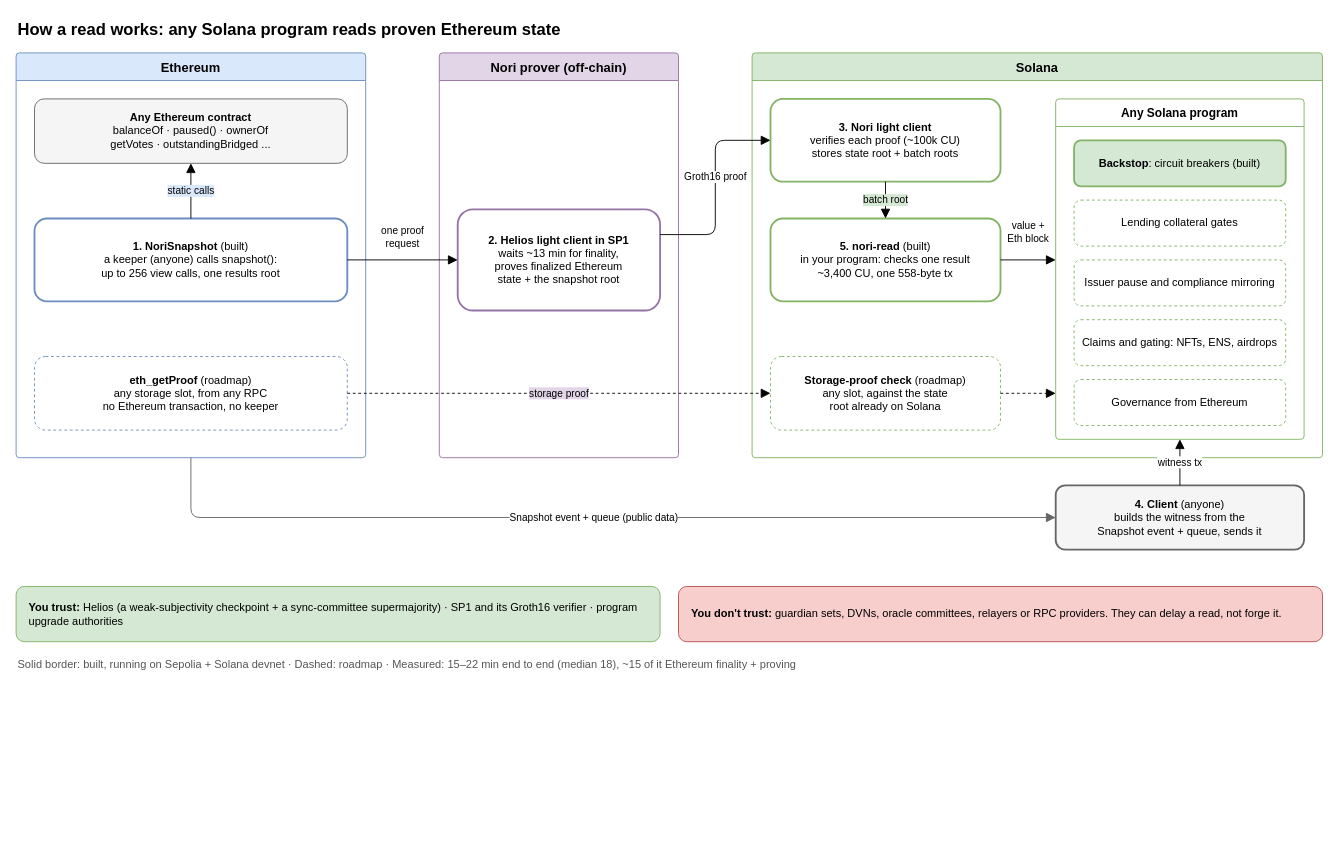
Nori-zk/nori-worldsfair-submission keeps this draw.io diagram as docs/how-it-works.drawio. Above is the earlier version. Source tidied: cells renumbered, new cells numbered last; positions are measured from the earlier drawing's top-left corner, leaving out a move shared by most shapes. Both pictures are drawn from the tidied source at 92%, with x=0, y=0 at pixel (16, 16).
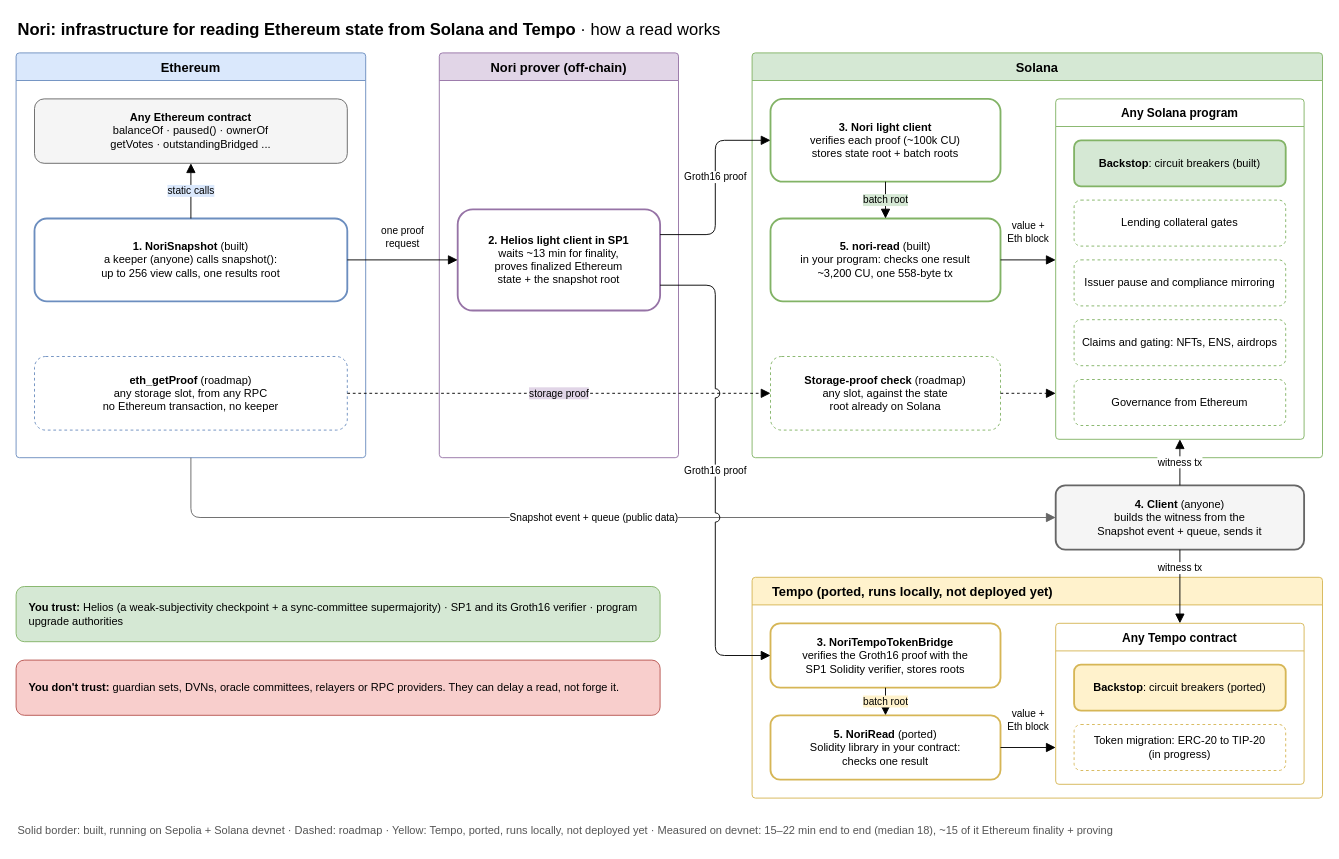
Above is the later version.

The change refers to these unchanged cells:
```xml
<mxCell id="8" value="&lt;b&gt;2. Helios light client in SP1&lt;/b&gt;&lt;br&gt;waits ~13 min for finality,&lt;br&gt;proves finalized Ethereum&lt;br&gt;state + the snapshot root" style="rounded=1;whiteSpace=wrap;html=1;fillColor=#ffffff;strokeColor=#9673a6;strokeWidth=2;" parent="7" vertex="1">
  <mxGeometry x="20" y="170" width="220" height="110" as="geometry" />
</mxCell>
<mxCell id="9" value="Solana" style="swimlane;startSize=30;fillColor=#d5e8d4;strokeColor=#82b366;fontStyle=1;fontSize=14;rounded=1;arcSize=4;" parent="1" vertex="1">
  <mxGeometry x="800" y="40" width="620" height="440" as="geometry" />
</mxCell>
<mxCell id="26" value="&lt;b&gt;4. Client&lt;/b&gt; (anyone)&lt;br&gt;builds the witness from the&lt;br&gt;Snapshot event + queue, sends it" style="rounded=1;whiteSpace=wrap;html=1;fillColor=#f5f5f5;strokeColor=#666666;strokeWidth=2;" parent="1" vertex="1">
  <mxGeometry x="1130" y="510" width="270" height="70" as="geometry" />
</mxCell>
```

Change to the diagram source:
```diff
@@
-    <mxCell id="2" value="&lt;b&gt;How a read works: any Solana program reads proven Ethereum state&lt;/b&gt;" style="text;html=1;align=left;verticalAlign=middle;fontSize=18;" parent="1" vertex="1">
-      <mxGeometry width="900" height="30" as="geometry" />
+    <mxCell id="2" value="&lt;b&gt;Nori: infrastructure for reading Ethereum state from Solana and Tempo&lt;/b&gt; · how a read works" style="text;html=1;align=left;verticalAlign=middle;fontSize=18;" parent="1" vertex="1">
+      <mxGeometry width="1420" height="30" as="geometry" />
     </mxCell>
@@
-    <mxCell id="11" value="&lt;b&gt;5. nori-read&lt;/b&gt; (built)&lt;br&gt;in your program: checks one result&lt;br&gt;~3,400 CU, one 558-byte tx" style="rounded=1;whiteSpace=wrap;html=1;fillColor=#ffffff;strokeColor=#82b366;strokeWidth=2;" parent="9" vertex="1">
+    <mxCell id="11" value="&lt;b&gt;5. nori-read&lt;/b&gt; (built)&lt;br&gt;in your program: checks one result&lt;br&gt;~3,200 CU, one 558-byte tx" style="rounded=1;whiteSpace=wrap;html=1;fillColor=#ffffff;strokeColor=#82b366;strokeWidth=2;" parent="9" vertex="1">
       <mxGeometry x="20" y="180" width="250" height="90" as="geometry" />
     </mxCell>
@@
     <mxCell id="30" value="&lt;b&gt;You don't trust:&lt;/b&gt; guardian sets, DVNs, oracle committees, relayers or RPC providers. They can delay a read, not forge it." style="rounded=1;whiteSpace=wrap;html=1;fillColor=#f8cecc;strokeColor=#b85450;align=left;spacingLeft=12;spacingRight=12;" parent="1" vertex="1">
-      <mxGeometry x="720" y="620" width="700" height="60" as="geometry" />
+      <mxGeometry y="700" width="700" height="60" as="geometry" />
     </mxCell>
-    <mxCell id="31" value="Solid border: built, running on Sepolia + Solana devnet · Dashed: roadmap · Measured: 15–22 min end to end (median 18), ~15 of it Ethereum finality + proving" style="text;html=1;align=left;verticalAlign=middle;fontSize=12;fontColor=#555555;" parent="1" vertex="1">
-      <mxGeometry y="690" width="1420" height="30" as="geometry" />
+    <mxCell id="31" value="Solid border: built, running on Sepolia + Solana devnet · Dashed: roadmap · Yellow: Tempo, ported, runs locally, not deployed yet · Measured on devnet: 15–22 min end to end (median 18), ~15 of it Ethereum finality + proving" style="text;html=1;align=left;verticalAlign=middle;fontSize=12;fontColor=#555555;" parent="1" vertex="1">
+      <mxGeometry y="870" width="1420" height="30" as="geometry" />
     </mxCell>
+    <mxCell id="32" value="Tempo (ported, runs locally, not deployed yet)" style="swimlane;startSize=30;align=left;spacingLeft=20;fillColor=#fff2cc;strokeColor=#d6b656;fontStyle=1;fontSize=14;rounded=1;arcSize=4;" parent="1" vertex="1">
+      <mxGeometry x="800" y="610" width="620" height="240" as="geometry" />
+    </mxCell>
+    <mxCell id="33" value="&lt;b&gt;3. NoriTempoTokenBridge&lt;/b&gt;&lt;br&gt;verifies the Groth16 proof with the&lt;br&gt;SP1 Solidity verifier, stores roots" style="rounded=1;whiteSpace=wrap;html=1;fillColor=#ffffff;strokeColor=#d6b656;strokeWidth=2;" parent="32" vertex="1">
+      <mxGeometry x="20" y="50" width="250" height="70" as="geometry" />
+    </mxCell>
+    <mxCell id="34" value="&lt;b&gt;5. NoriRead&lt;/b&gt; (ported)&lt;br&gt;Solidity library in your contract:&lt;br&gt;checks one result" style="rounded=1;whiteSpace=wrap;html=1;fillColor=#ffffff;strokeColor=#d6b656;strokeWidth=2;" parent="32" vertex="1">
+      <mxGeometry x="20" y="150" width="250" height="70" as="geometry" />
+    </mxCell>
+    <mxCell id="35" value="Any Tempo contract" style="swimlane;startSize=30;fillColor=#ffffff;strokeColor=#d6b656;fontStyle=1;fontSize=13;rounded=1;arcSize=4;" parent="32" vertex="1">
+      <mxGeometry x="330" y="50" width="270" height="175" as="geometry" />
+    </mxCell>
+    <mxCell id="36" value="&lt;b&gt;Backstop&lt;/b&gt;: circuit breakers (ported)" style="rounded=1;whiteSpace=wrap;html=1;fillColor=#fff2cc;strokeColor=#d6b656;strokeWidth=2;" parent="35" vertex="1">
+      <mxGeometry x="20" y="45" width="230" height="50" as="geometry" />
+    </mxCell>
+    <mxCell id="37" value="Token migration: ERC-20 to TIP-20&lt;br&gt;(in progress)" style="rounded=1;whiteSpace=wrap;html=1;fillColor=#ffffff;strokeColor=#d6b656;dashed=1;" parent="35" vertex="1">
+      <mxGeometry x="20" y="110" width="230" height="50" as="geometry" />
+    </mxCell>
+    <mxCell id="38" value="Groth16 proof" style="edgeStyle=orthogonalEdgeStyle;rounded=1;jettySize=auto;html=1;endArrow=block;endSize=8;exitX=1;exitY=0.75;exitDx=0;exitDy=0;entryX=0;entryY=0.5;entryDx=0;entryDy=0;labelBackgroundColor=#ffffff;jumpStyle=arc;jumpSize=10;" parent="1" edge="1" source="8" target="33">
+      <mxGeometry relative="1" as="geometry">
+        <Array as="points">
+          <mxPoint x="760" y="292.5" />
+          <mxPoint x="760" y="695" />
+        </Array>
+      </mxGeometry>
+    </mxCell>
+    <mxCell id="39" value="batch root" style="edgeStyle=orthogonalEdgeStyle;rounded=1;jettySize=auto;html=1;endArrow=block;endSize=8;exitX=0.5;exitY=1;exitDx=0;exitDy=0;entryX=0.5;entryY=0;entryDx=0;entryDy=0;labelBackgroundColor=#fff2cc;" parent="1" edge="1" source="33" target="34">
+      <mxGeometry relative="1" as="geometry" />
+    </mxCell>
+    <mxCell id="40" value="value +&lt;br&gt;Eth block" style="edgeStyle=orthogonalEdgeStyle;rounded=1;jettySize=auto;html=1;endArrow=block;endSize=8;exitX=1;exitY=0.5;exitDx=0;exitDy=0;entryX=0;entryY=0.7714;entryDx=0;entryDy=0;labelBackgroundColor=none;" parent="1" edge="1" source="34" target="35">
+      <mxGeometry relative="1" as="geometry">
+        <mxPoint y="-30" as="offset" />
+      </mxGeometry>
+    </mxCell>
+    <mxCell id="41" value="witness tx" style="edgeStyle=orthogonalEdgeStyle;rounded=1;jettySize=auto;html=1;endArrow=block;endSize=8;exitX=0.5;exitY=1;exitDx=0;exitDy=0;entryX=0.5;entryY=0;entryDx=0;entryDy=0;fontSize=11;" parent="1" edge="1" source="26" target="35">
+      <mxGeometry x="-0.5" relative="1" as="geometry" />
+    </mxCell>
```
